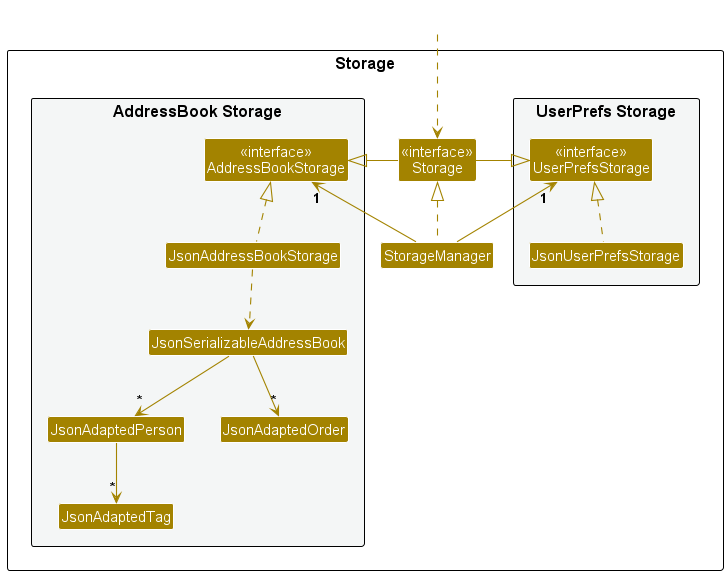
bertrandong/tp keeps this PlantUML diagram as docs/images/StorageClassDiagram.png. Above is the earlier version. Its diagram source:
```plantuml
@startuml
!include style.puml
skinparam arrowThickness 1.1
skinparam arrowColor STORAGE_COLOR
skinparam classBackgroundColor STORAGE_COLOR

package Storage as StoragePackage {

package "UserPrefs Storage" #F4F6F6{
Class "<<interface>>\nUserPrefsStorage" as UserPrefsStorage
Class JsonUserPrefsStorage
}

Class "<<interface>>\nStorage" as Storage
Class StorageManager

package "AddressBook Storage" #F4F6F6{
Class "<<interface>>\nAddressBookStorage" as AddressBookStorage
Class JsonAddressBookStorage
Class JsonSerializableAddressBook
Class JsonAdaptedPerson
Class JsonAdaptedTag
Class JsonAdaptedOrder
}

}

Class HiddenOutside #FFFFFF
HiddenOutside ..> Storage

StorageManager .up.|> Storage
StorageManager -up-> "1" UserPrefsStorage
StorageManager -up-> "1" AddressBookStorage

Storage -left-|> UserPrefsStorage
Storage -right-|> AddressBookStorage

JsonUserPrefsStorage .up.|> UserPrefsStorage
JsonAddressBookStorage .up.|> AddressBookStorage
JsonAddressBookStorage ..> JsonSerializableAddressBook
JsonSerializableAddressBook --> "*" JsonAdaptedPerson
JsonAdaptedPerson --> "*" JsonAdaptedTag
JsonSerializableAddressBook --> "*" JsonAdaptedOrder

@enduml
```
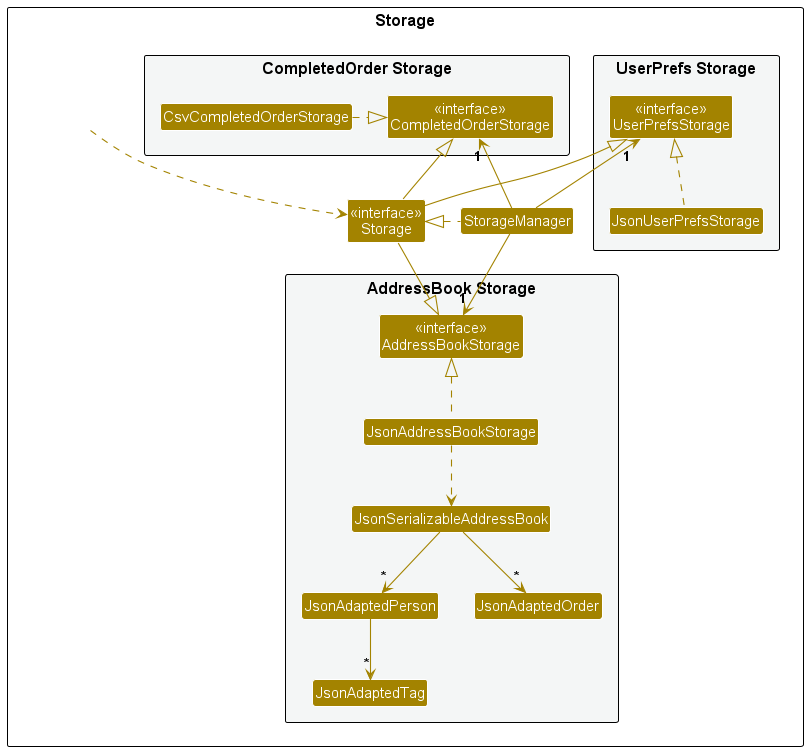
Above is the later version.

Commit message:
improve code quality and update storage component in DG

The edit, as a diff of the source:
```diff
@@ -23,17 +23,22 @@
 Class JsonAdaptedOrder
 }
 
+package "CompletedOrder Storage" #F4F6F6{
+Class "<<interface>>\nCompletedOrderStorage" as CompletedOrderStorage
+Class CsvCompletedOrderStorage
 }
 
 Class HiddenOutside #FFFFFF
 HiddenOutside ..> Storage
 
-StorageManager .up.|> Storage
+StorageManager .left.|> Storage
 StorageManager -up-> "1" UserPrefsStorage
-StorageManager -up-> "1" AddressBookStorage
+StorageManager -down-> "1" AddressBookStorage
+StorageManager -up-> "1" CompletedOrderStorage
 
 Storage -left-|> UserPrefsStorage
 Storage -right-|> AddressBookStorage
+Storage -up-|> CompletedOrderStorage
 
 JsonUserPrefsStorage .up.|> UserPrefsStorage
 JsonAddressBookStorage .up.|> AddressBookStorage
@@ -42,4 +47,6 @@
 JsonAdaptedPerson --> "*" JsonAdaptedTag
 JsonSerializableAddressBook --> "*" JsonAdaptedOrder
 
+CsvCompletedOrderStorage .right.|> CompletedOrderStorage
+
 @enduml
```
